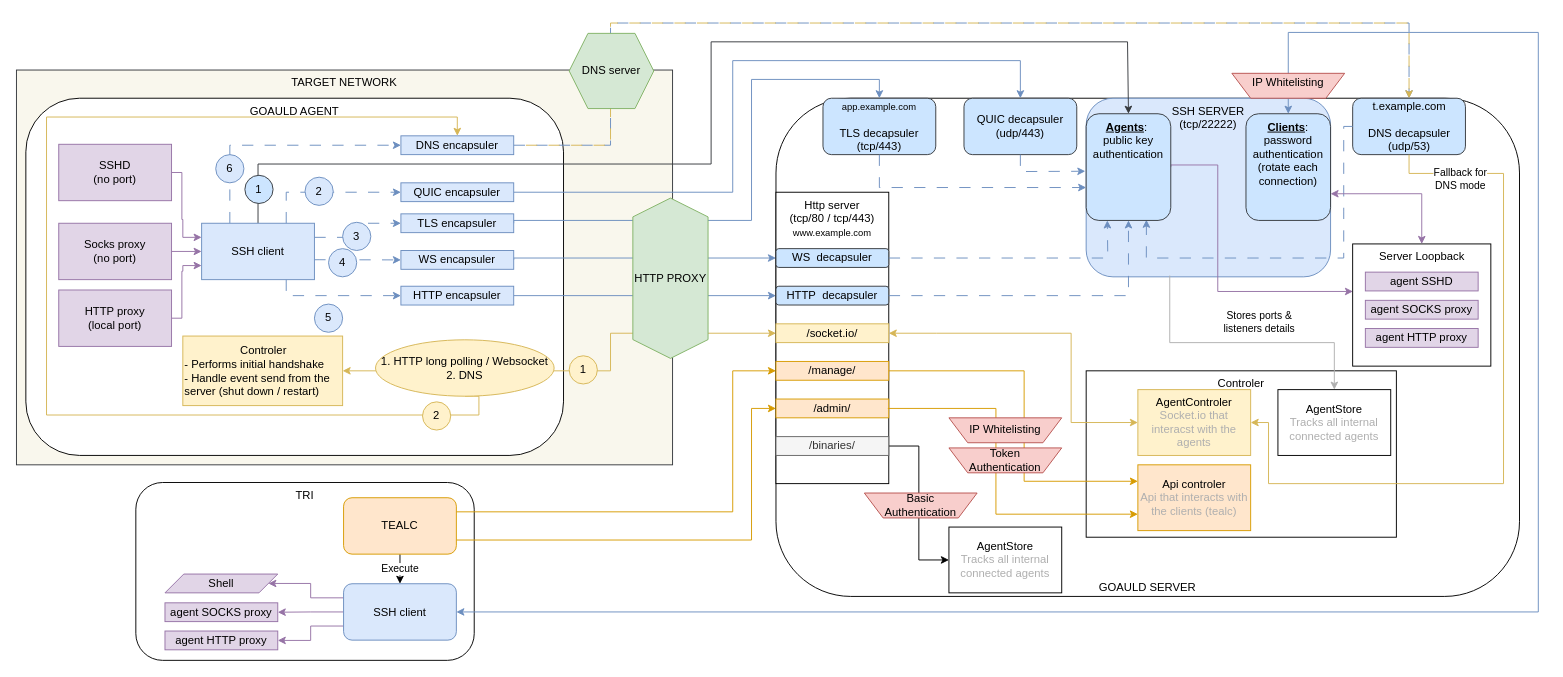
The draw.io diagram page "Copie de Page-1" (1 of 2) of img/Goauld.drawio in Hazegard/Goauld, before the edit. Source tidied: cells renumbered, new cells numbered last; positions are measured from the earlier drawing's top-left corner, leaving out a move shared by most shapes. Both pictures are drawn from the tidied source at 94%, with x=0, y=0 at pixel (16, 23).
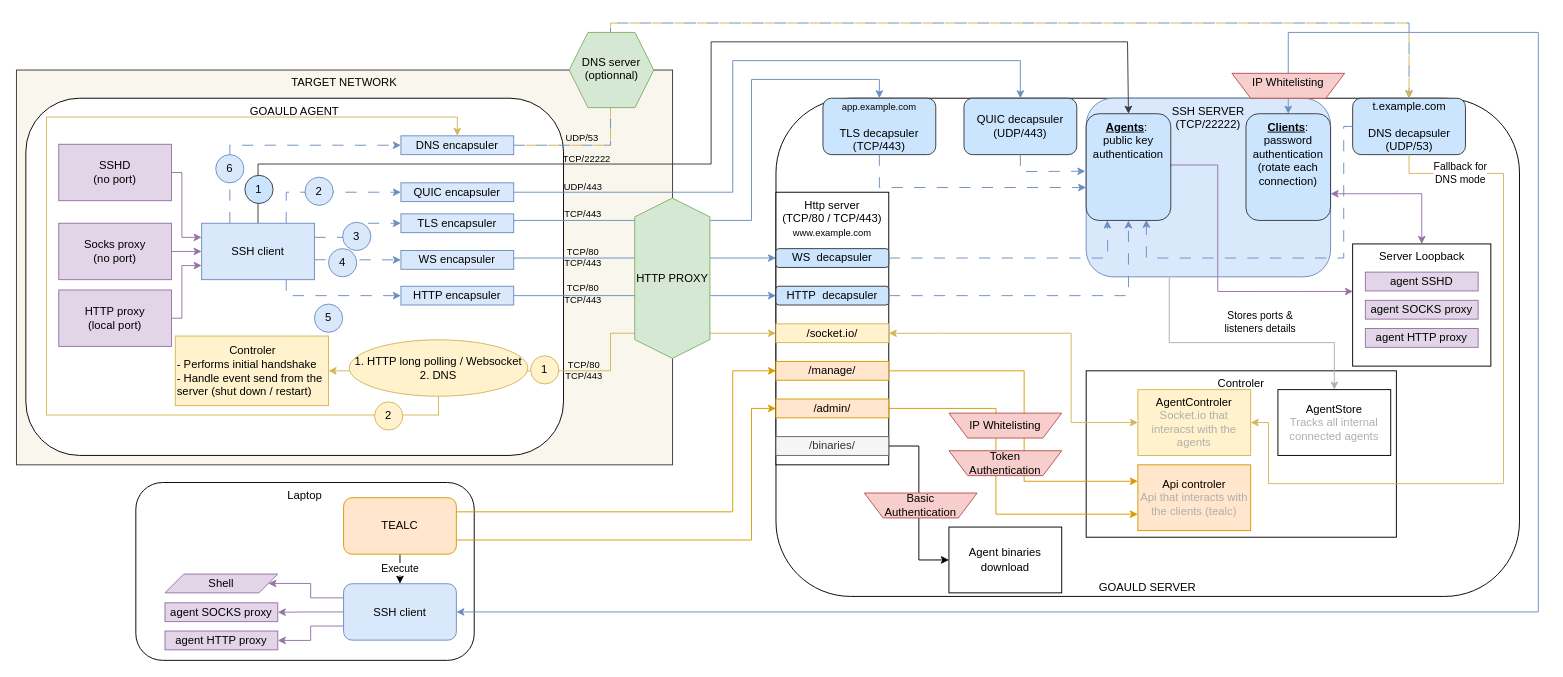
The same diagram, later.

Unchanged cells that the change refers to:
```xml
<mxCell id="15" value="AgentStore&lt;div&gt;&lt;font style=&quot;color: rgb(175, 175, 175);&quot;&gt;Tracks all internal connected agents&lt;/font&gt;&lt;/div&gt;" style="rounded=0;whiteSpace=wrap;html=1;" parent="1" vertex="1">
  <mxGeometry x="1342" y="390" width="120" height="70" as="geometry" />
</mxCell>
<mxCell id="34" value="SSHD&lt;div&gt;(no port)&lt;/div&gt;" style="rounded=0;whiteSpace=wrap;html=1;fillColor=#e1d5e7;strokeColor=#9673a6;" parent="1" vertex="1">
  <mxGeometry x="45" y="129" width="120" height="60" as="geometry" />
</mxCell>
<mxCell id="38" value="HTTP proxy&lt;div&gt;(local port)&lt;/div&gt;" style="rounded=0;whiteSpace=wrap;html=1;fillColor=#e1d5e7;strokeColor=#9673a6;" parent="1" vertex="1">
  <mxGeometry x="45" y="284" width="120" height="60" as="geometry" />
</mxCell>
<mxCell id="45" value="SSH client" style="rounded=0;whiteSpace=wrap;html=1;fillColor=#dae8fc;strokeColor=#6c8ebf;" parent="1" vertex="1">
  <mxGeometry x="197" y="213" width="120" height="60" as="geometry" />
</mxCell>
<mxCell id="52" value="DNS encapsuler" style="rounded=0;whiteSpace=wrap;html=1;fillColor=#dae8fc;strokeColor=#6c8ebf;" parent="1" vertex="1">
  <mxGeometry x="409" y="120" width="120" height="20" as="geometry" />
</mxCell>
<mxCell id="59" style="edgeStyle=orthogonalEdgeStyle;rounded=0;jettySize=auto;html=1;exitX=0.5;exitY=1;exitDx=0;exitDy=0;entryX=1;entryY=0.5;entryDx=0;entryDy=0;fillColor=#fff2cc;strokeColor=#d6b656;" parent="1" edge="1" source="7" target="16">
  <mxGeometry relative="1" as="geometry">
    <Array as="points">
      <mxPoint x="1481" y="160" />
      <mxPoint x="1582" y="160" />
      <mxPoint x="1582" y="490" />
      <mxPoint x="1332" y="490" />
      <mxPoint x="1332" y="425" />
    </Array>
  </mxGeometry>
</mxCell>
```

The edit, as a diff of the source:
```diff
@@
-    <mxCell id="4" value="&lt;div&gt;&lt;font style=&quot;font-size: 10px;&quot;&gt;app.example.com&lt;/font&gt;&lt;/div&gt;&lt;div&gt;&lt;br&gt;&lt;/div&gt;TLS decapsuler&lt;div&gt;(tcp/443)&lt;/div&gt;" style="rounded=1;whiteSpace=wrap;html=1;shadow=0;fillColor=#cce5ff;strokeColor=#36393d;" parent="1" vertex="1">
+    <mxCell id="4" value="&lt;div&gt;&lt;font style=&quot;font-size: 10px;&quot;&gt;app.example.com&lt;/font&gt;&lt;/div&gt;&lt;div&gt;&lt;br&gt;&lt;/div&gt;TLS decapsuler&lt;div&gt;(TCP/443)&lt;/div&gt;" style="rounded=1;whiteSpace=wrap;html=1;shadow=0;fillColor=#cce5ff;strokeColor=#36393d;" parent="1" vertex="1">
       <mxGeometry x="858" y="80" width="120" height="60" as="geometry" />
     </mxCell>
-    <mxCell id="5" value="&lt;div&gt;&lt;div&gt;&lt;span style=&quot;background-color: transparent; color: light-dark(rgb(0, 0, 0), rgb(255, 255, 255));&quot;&gt;QUIC decapsuler&lt;/span&gt;&lt;/div&gt;&lt;/div&gt;(udp/443)" style="rounded=1;whiteSpace=wrap;html=1;glass=0;shadow=0;fillColor=#cce5ff;strokeColor=#36393d;" parent="1" vertex="1">
+    <mxCell id="5" value="&lt;div&gt;&lt;div&gt;&lt;span style=&quot;background-color: transparent; color: light-dark(rgb(0, 0, 0), rgb(255, 255, 255));&quot;&gt;QUIC decapsuler&lt;/span&gt;&lt;/div&gt;&lt;/div&gt;(UDP/443)" style="rounded=1;whiteSpace=wrap;html=1;glass=0;shadow=0;fillColor=#cce5ff;strokeColor=#36393d;" parent="1" vertex="1">
       <mxGeometry x="1008" y="80" width="120" height="60" as="geometry" />
     </mxCell>
-    <mxCell id="6" value="SSH SERVER&lt;br class=&quot;Apple-interchange-newline&quot;&gt;(tcp/22222)" style="rounded=1;whiteSpace=wrap;html=1;glass=0;shadow=0;fillColor=#dae8fc;strokeColor=#6c8ebf;verticalAlign=top;" parent="1" vertex="1">
+    <mxCell id="6" value="SSH SERVER&lt;br class=&quot;Apple-interchange-newline&quot;&gt;(TCP/22222)" style="rounded=1;whiteSpace=wrap;html=1;glass=0;shadow=0;fillColor=#dae8fc;strokeColor=#6c8ebf;verticalAlign=top;" parent="1" vertex="1">
       <mxGeometry x="1138" y="80" width="260" height="190" as="geometry" />
     </mxCell>
-    <mxCell id="7" value="&lt;div&gt;t.example.com&lt;/div&gt;&lt;div&gt;&lt;br&gt;&lt;/div&gt;DNS&amp;nbsp;decapsuler&lt;br class=&quot;Apple-interchange-newline&quot;&gt;(udp/53)" style="rounded=1;whiteSpace=wrap;html=1;glass=0;shadow=0;fillColor=#cce5ff;strokeColor=#36393d;" parent="1" vertex="1">
+    <mxCell id="7" value="&lt;div&gt;t.example.com&lt;/div&gt;&lt;div&gt;&lt;br&gt;&lt;/div&gt;DNS&amp;nbsp;decapsuler&lt;br class=&quot;Apple-interchange-newline&quot;&gt;(UDP/53)" style="rounded=1;whiteSpace=wrap;html=1;glass=0;shadow=0;fillColor=#cce5ff;strokeColor=#36393d;" parent="1" vertex="1">
       <mxGeometry x="1421.5" y="80" width="120" height="60" as="geometry" />
     </mxCell>
-    <mxCell id="8" value="Http server&lt;div&gt;(tcp/80 / tcp/443)&lt;/div&gt;&lt;div&gt;&lt;font style=&quot;font-size: 10px;&quot;&gt;www.example.com&lt;/font&gt;&lt;/div&gt;" style="rounded=0;whiteSpace=wrap;html=1;verticalAlign=top;" parent="1" vertex="1">
-      <mxGeometry x="808" y="180" width="120" height="310" as="geometry" />
+    <mxCell id="8" value="Http server&lt;div&gt;(TCP/80 / TCP/443)&lt;/div&gt;&lt;div&gt;&lt;font style=&quot;font-size: 10px;&quot;&gt;www.example.com&lt;/font&gt;&lt;/div&gt;" style="rounded=0;whiteSpace=wrap;html=1;verticalAlign=top;" parent="1" vertex="1">
+      <mxGeometry x="808" y="180" width="120" height="290" as="geometry" />
     </mxCell>
@@
-    <mxCell id="29" style="edgeStyle=orthogonalEdgeStyle;rounded=0;jettySize=auto;html=1;exitX=0.342;exitY=0.993;exitDx=0;exitDy=0;strokeColor=#AFAFAF;entryX=0.5;entryY=0;entryDx=0;entryDy=0;exitPerimeter=0;" parent="1" edge="1" source="6" target="15">
+    <mxCell id="29" style="edgeStyle=orthogonalEdgeStyle;rounded=0;jettySize=auto;html=1;exitX=0.34;exitY=1.004;exitDx=0;exitDy=0;strokeColor=#AFAFAF;entryX=0.5;entryY=0;entryDx=0;entryDy=0;exitPerimeter=0;" parent="1" edge="1" source="6" target="15">
       <mxGeometry relative="1" as="geometry">
         <Array as="points">
-          <mxPoint x="1227" y="340" />
+          <mxPoint x="1226" y="340" />
           <mxPoint x="1402" y="340" />
         </Array>
       </mxGeometry>
     </mxCell>
@@
     <mxCell id="33" style="edgeStyle=orthogonalEdgeStyle;rounded=0;jettySize=auto;html=1;exitX=1;exitY=0.5;exitDx=0;exitDy=0;entryX=0;entryY=0.25;entryDx=0;entryDy=0;strokeColor=#9673A6;" parent="1" edge="1" source="34" target="45">
       <mxGeometry relative="1" as="geometry">
         <Array as="points">
           <mxPoint x="176" y="159" />
-          <mxPoint x="176" y="209" />
-          <mxPoint x="177" y="209" />
-          <mxPoint x="177" y="228" />
+          <mxPoint x="176" y="228" />
         </Array>
       </mxGeometry>
     </mxCell>
@@
     <mxCell id="37" style="edgeStyle=orthogonalEdgeStyle;rounded=0;jettySize=auto;html=1;exitX=1;exitY=0.5;exitDx=0;exitDy=0;entryX=0;entryY=0.75;entryDx=0;entryDy=0;strokeColor=#9673A6;" parent="1" edge="1" source="38" target="45">
       <mxGeometry relative="1" as="geometry">
         <Array as="points">
           <mxPoint x="176" y="314" />
-          <mxPoint x="176" y="264" />
-          <mxPoint x="177" y="264" />
-          <mxPoint x="177" y="258" />
+          <mxPoint x="176" y="258" />
         </Array>
       </mxGeometry>
     </mxCell>
@@
     <mxCell id="60" value="Fallback for&lt;div&gt;DNS mode&lt;/div&gt;" style="edgeLabel;html=1;align=center;verticalAlign=middle;" parent="59" vertex="1">
       <mxGeometry x="-0.77" y="-1" relative="1" as="geometry">
-        <mxPoint x="-16" y="4" as="offset" />
+        <mxPoint x="-16" y="-2" as="offset" />
       </mxGeometry>
     </mxCell>
@@
     <mxCell id="65" value="&lt;div style=&quot;text-align: center;&quot;&gt;&lt;span style=&quot;background-color: transparent; color: light-dark(rgb(0, 0, 0), rgb(255, 255, 255));&quot;&gt;Controler&lt;/span&gt;&lt;/div&gt;&lt;div&gt;- Performs initial handshake&lt;/div&gt;&lt;div style=&quot;&quot;&gt;- Handle event send from the server (shut down / restart)&lt;/div&gt;" style="rounded=0;whiteSpace=wrap;html=1;fillColor=#fff2cc;strokeColor=#d6b656;align=left;" parent="1" vertex="1">
-      <mxGeometry x="177" y="333" width="170" height="74" as="geometry" />
+      <mxGeometry x="169" y="333" width="163" height="74" as="geometry" />
     </mxCell>
@@
     <mxCell id="67" style="edgeStyle=orthogonalEdgeStyle;rounded=0;jettySize=auto;html=1;exitX=0.5;exitY=1;exitDx=0;exitDy=0;entryX=0.5;entryY=0;entryDx=0;entryDy=0;fillColor=#fff2cc;strokeColor=#d6b656;" parent="1" edge="1" source="68" target="52">
       <mxGeometry relative="1" as="geometry">
         <Array as="points">
-          <mxPoint x="492" y="397" />
-          <mxPoint x="492" y="417" />
+          <mxPoint x="449" y="417" />
           <mxPoint x="32" y="417" />
           <mxPoint x="32" y="100" />
           <mxPoint x="469" y="100" />
         </Array>
       </mxGeometry>
     </mxCell>
     <mxCell id="68" value="1. HTTP long polling&amp;nbsp;&lt;span style=&quot;background-color: transparent; color: light-dark(rgb(0, 0, 0), rgb(255, 255, 255));&quot;&gt;/ Websocket&lt;/span&gt;&lt;div&gt;&lt;span style=&quot;background-color: transparent; color: light-dark(rgb(0, 0, 0), rgb(255, 255, 255));&quot;&gt;2. DNS&lt;/span&gt;&lt;/div&gt;" style="ellipse;whiteSpace=wrap;html=1;fillColor=#fff2cc;strokeColor=#d6b656;" parent="1" vertex="1">
-      <mxGeometry x="382" y="337" width="190" height="60" as="geometry" />
+      <mxGeometry x="354" y="337" width="190" height="60" as="geometry" />
     </mxCell>
-    <mxCell id="69" value="TRI" style="rounded=1;whiteSpace=wrap;html=1;verticalAlign=top;" parent="1" vertex="1">
+    <mxCell id="69" value="Laptop" style="rounded=1;whiteSpace=wrap;html=1;verticalAlign=top;" parent="1" vertex="1">
       <mxGeometry x="127" y="488.8" width="360" height="189.2" as="geometry" />
     </mxCell>
@@
-    <mxCell id="85" value="DNS server" style="shape=hexagon;perimeter=hexagonPerimeter2;whiteSpace=wrap;html=1;fixedSize=1;rotation=0;horizontal=0;fillColor=#d5e8d4;strokeColor=#82b366;rounded=0;textDirection=vertical-lr;" parent="1" vertex="1">
-      <mxGeometry x="588" y="11" width="90" height="80" as="geometry" />
+    <mxCell id="85" value="&lt;div&gt;(optionnal)&lt;/div&gt;DNS server" style="shape=hexagon;perimeter=hexagonPerimeter2;whiteSpace=wrap;html=1;fixedSize=1;rotation=0;horizontal=0;fillColor=#d5e8d4;strokeColor=#82b366;rounded=0;textDirection=vertical-lr;" parent="1" vertex="1">
+      <mxGeometry x="588" y="10" width="90" height="80" as="geometry" />
     </mxCell>
     <mxCell id="86" value="HTTP PROXY" style="shape=hexagon;perimeter=hexagonPerimeter2;whiteSpace=wrap;html=1;fixedSize=1;rotation=90;horizontal=0;fillColor=#d5e8d4;strokeColor=#82b366;" parent="1" vertex="1">
-      <mxGeometry x="610.5" y="231.5" width="170.5" height="80" as="geometry" />
+      <mxGeometry x="612.5" y="231.5" width="170.5" height="80" as="geometry" />
     </mxCell>
     <mxCell id="87" value="1" style="ellipse;whiteSpace=wrap;html=1;fillColor=#fff2cc;strokeColor=#d6b656;" parent="1" vertex="1">
-      <mxGeometry x="588" y="354" width="30" height="30" as="geometry" />
+      <mxGeometry x="547" y="354" width="30" height="30" as="geometry" />
     </mxCell>
     <mxCell id="88" value="2" style="ellipse;whiteSpace=wrap;html=1;fillColor=#fff2cc;strokeColor=#d6b656;" parent="1" vertex="1">
-      <mxGeometry x="432" y="403" width="30" height="30" as="geometry" />
+      <mxGeometry x="381" y="403" width="30" height="30" as="geometry" />
     </mxCell>
@@
     <mxCell id="91" style="group;" parent="1" vertex="1">
-      <mxGeometry x="992" y="420" width="120" height="26.5" as="geometry" />
+      <mxGeometry x="992" y="415" width="120" height="26.5" as="geometry" />
     </mxCell>
@@
     <mxCell id="94" style="group;" parent="1" vertex="1">
-      <mxGeometry x="992" y="452" width="120" height="26.5" as="geometry" />
+      <mxGeometry x="992" y="455" width="120" height="26.5" as="geometry" />
     </mxCell>
@@
-    <mxCell id="101" value="AgentStore&lt;div&gt;&lt;font style=&quot;color: rgb(175, 175, 175);&quot;&gt;Tracks all internal connected agents&lt;/font&gt;&lt;/div&gt;" style="rounded=0;whiteSpace=wrap;html=1;" parent="1" vertex="1">
+    <mxCell id="101" value="Agent binaries download" style="rounded=0;whiteSpace=wrap;html=1;" parent="1" vertex="1">
       <mxGeometry x="992" y="536.2" width="120" height="70" as="geometry" />
     </mxCell>
@@
+    <mxCell id="105" value="UDP/53" style="text;html=1;align=center;verticalAlign=middle;whiteSpace=wrap;rounded=0;fontSize=10;" parent="1" vertex="1">
+      <mxGeometry x="582" y="107" width="40" height="30" as="geometry" />
+    </mxCell>
+    <mxCell id="106" value="TCP/22222" style="text;html=1;align=center;verticalAlign=middle;whiteSpace=wrap;rounded=0;fontSize=10;" parent="1" vertex="1">
+      <mxGeometry x="582" y="129" width="50" height="30" as="geometry" />
+    </mxCell>
+    <mxCell id="107" value="UDP/443" style="text;html=1;align=center;verticalAlign=middle;whiteSpace=wrap;rounded=0;fontSize=10;" parent="1" vertex="1">
+      <mxGeometry x="583" y="159" width="40" height="30" as="geometry" />
+    </mxCell>
+    <mxCell id="108" value="&lt;div&gt;TCP/443&lt;/div&gt;" style="text;html=1;align=center;verticalAlign=middle;whiteSpace=wrap;rounded=0;fontSize=10;" parent="1" vertex="1">
+      <mxGeometry x="583" y="188" width="40" height="30" as="geometry" />
+    </mxCell>
+    <mxCell id="109" value="TCP/80&lt;div&gt;TCP/443&lt;/div&gt;" style="text;html=1;align=center;verticalAlign=middle;whiteSpace=wrap;rounded=0;fontSize=10;" parent="1" vertex="1">
+      <mxGeometry x="583" y="234" width="40" height="30" as="geometry" />
+    </mxCell>
+    <mxCell id="110" value="TCP/80&lt;div&gt;TCP/443&lt;/div&gt;" style="text;html=1;align=center;verticalAlign=middle;whiteSpace=wrap;rounded=0;fontSize=10;" parent="1" vertex="1">
+      <mxGeometry x="583" y="273" width="40" height="30" as="geometry" />
+    </mxCell>
+    <mxCell id="111" value="TCP/80&lt;div&gt;TCP/443&lt;/div&gt;" style="text;html=1;align=center;verticalAlign=middle;whiteSpace=wrap;rounded=0;fontSize=10;" parent="1" vertex="1">
+      <mxGeometry x="584" y="354" width="40" height="30" as="geometry" />
+    </mxCell>
```
